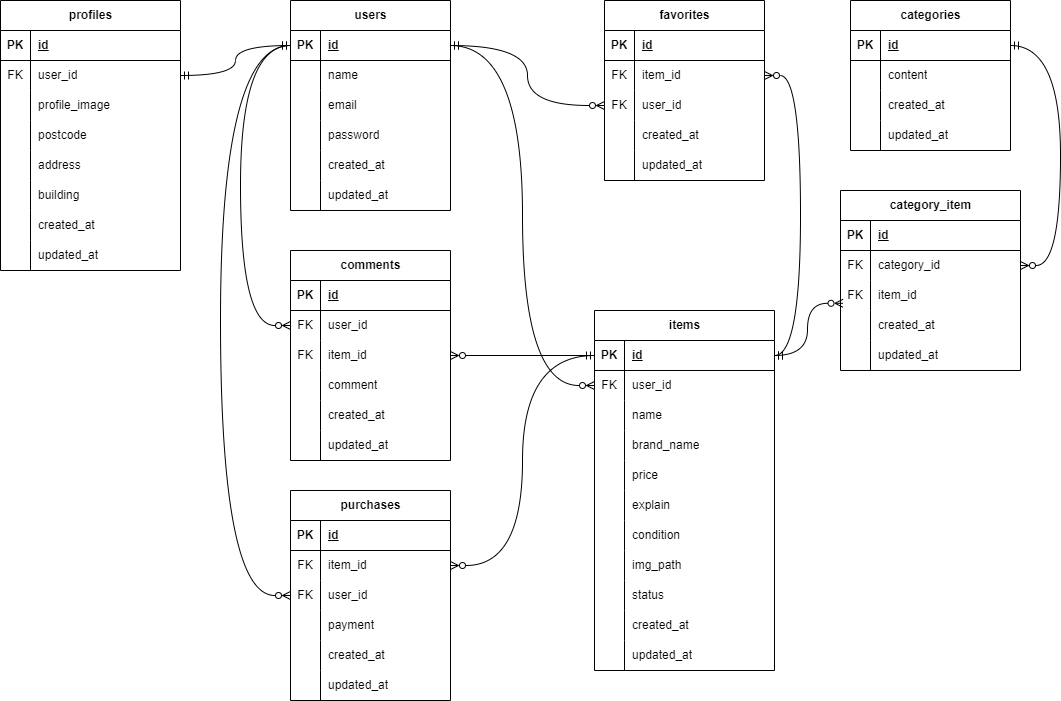
Earlier version of the draw.io export ER.png (torch29/matsumoto-mogikadai1). Source tidied: cells renumbered, new cells last; positions are measured from the earlier drawing's top-left corner, leaving out a move shared by most shapes.
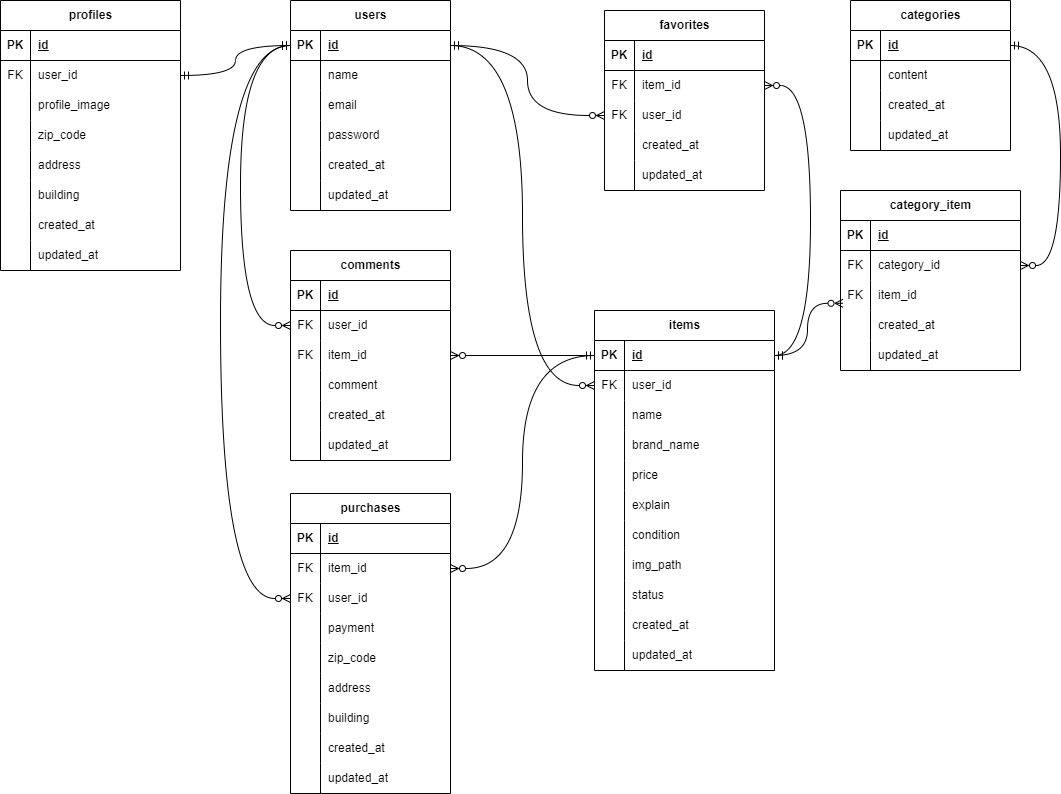
After the change.

What changed in the source:
```diff
@@ -95,7 +95,7 @@
     <mxCell id="32" style="shape=partialRectangle;fillColor=none;top=0;left=0;bottom=0;right=0;overflow=hidden;whiteSpace=wrap;html=1;" parent="31" vertex="1">
       <mxGeometry width="30" height="30" as="geometry" />
     </mxCell>
-    <mxCell id="33" value="postcode" style="shape=partialRectangle;fillColor=none;top=0;left=0;bottom=0;right=0;align=left;spacingLeft=6;overflow=hidden;whiteSpace=wrap;html=1;" parent="31" vertex="1">
+    <mxCell id="33" value="zip_code" style="shape=partialRectangle;fillColor=none;top=0;left=0;bottom=0;right=0;align=left;spacingLeft=6;overflow=hidden;whiteSpace=wrap;html=1;" parent="31" vertex="1">
       <mxGeometry x="30" width="150" height="30" as="geometry" />
     </mxCell>
     <mxCell id="34" style="shape=tableRow;horizontal=0;startSize=0;swimlaneHead=0;swimlaneBody=0;fillColor=none;top=0;left=0;right=0;bottom=0;" parent="21" vertex="1">
@@ -237,7 +237,7 @@
       <mxGeometry x="30" width="150" height="30" as="geometry" />
     </mxCell>
     <mxCell id="80" value="purchases" style="shape=table;startSize=30;rowLines=0;fontStyle=1;align=center;html=1;" parent="1" vertex="1">
-      <mxGeometry x="290" y="490" width="160" height="210" as="geometry" />
+      <mxGeometry x="290" y="493" width="160" height="300" as="geometry" />
     </mxCell>
     <mxCell id="81" style="shape=tableRow;horizontal=0;startSize=0;swimlaneHead=0;swimlaneBody=0;fillColor=none;top=0;left=0;right=0;bottom=1;" parent="80" vertex="1">
       <mxGeometry y="30" width="160" height="30" as="geometry" />
@@ -275,8 +275,35 @@
     <mxCell id="92" value="payment" style="shape=partialRectangle;fillColor=none;top=0;left=0;bottom=0;right=0;align=left;spacingLeft=6;overflow=hidden;whiteSpace=wrap;html=1;" parent="90" vertex="1">
       <mxGeometry x="30" width="130" height="30" as="geometry" />
     </mxCell>
+    <mxCell id="174" style="shape=tableRow;horizontal=0;startSize=0;swimlaneHead=0;swimlaneBody=0;fillColor=none;top=0;left=0;right=0;bottom=0;" parent="80" vertex="1">
+      <mxGeometry y="150" width="160" height="30" as="geometry" />
+    </mxCell>
+    <mxCell id="175" style="shape=partialRectangle;fillColor=none;top=0;left=0;bottom=0;right=0;overflow=hidden;whiteSpace=wrap;html=1;" parent="174" vertex="1">
+      <mxGeometry width="30" height="30" as="geometry" />
+    </mxCell>
+    <mxCell id="176" value="zip_code" style="shape=partialRectangle;fillColor=none;top=0;left=0;bottom=0;right=0;align=left;spacingLeft=6;overflow=hidden;whiteSpace=wrap;html=1;" parent="174" vertex="1">
+      <mxGeometry x="30" width="130" height="30" as="geometry" />
+    </mxCell>
+    <mxCell id="177" style="shape=tableRow;horizontal=0;startSize=0;swimlaneHead=0;swimlaneBody=0;fillColor=none;top=0;left=0;right=0;bottom=0;" parent="80" vertex="1">
+      <mxGeometry y="180" width="160" height="30" as="geometry" />
+    </mxCell>
+    <mxCell id="178" style="shape=partialRectangle;fillColor=none;top=0;left=0;bottom=0;right=0;overflow=hidden;whiteSpace=wrap;html=1;" parent="177" vertex="1">
+      <mxGeometry width="30" height="30" as="geometry" />
+    </mxCell>
+    <mxCell id="179" value="address" style="shape=partialRectangle;fillColor=none;top=0;left=0;bottom=0;right=0;align=left;spacingLeft=6;overflow=hidden;whiteSpace=wrap;html=1;" parent="177" vertex="1">
+      <mxGeometry x="30" width="130" height="30" as="geometry" />
+    </mxCell>
+    <mxCell id="180" style="shape=tableRow;horizontal=0;startSize=0;swimlaneHead=0;swimlaneBody=0;fillColor=none;top=0;left=0;right=0;bottom=0;" parent="80" vertex="1">
+      <mxGeometry y="210" width="160" height="30" as="geometry" />
+    </mxCell>
+    <mxCell id="181" style="shape=partialRectangle;fillColor=none;top=0;left=0;bottom=0;right=0;overflow=hidden;whiteSpace=wrap;html=1;" parent="180" vertex="1">
+      <mxGeometry width="30" height="30" as="geometry" />
+    </mxCell>
+    <mxCell id="182" value="building" style="shape=partialRectangle;fillColor=none;top=0;left=0;bottom=0;right=0;align=left;spacingLeft=6;overflow=hidden;whiteSpace=wrap;html=1;" parent="180" vertex="1">
+      <mxGeometry x="30" width="130" height="30" as="geometry" />
+    </mxCell>
     <mxCell id="93" style="shape=tableRow;horizontal=0;startSize=0;swimlaneHead=0;swimlaneBody=0;fillColor=none;top=0;left=0;right=0;bottom=0;" parent="80" vertex="1">
-      <mxGeometry y="150" width="160" height="30" as="geometry" />
+      <mxGeometry y="240" width="160" height="30" as="geometry" />
     </mxCell>
     <mxCell id="94" style="shape=partialRectangle;fillColor=none;top=0;left=0;bottom=0;right=0;overflow=hidden;whiteSpace=wrap;html=1;" parent="93" vertex="1">
       <mxGeometry width="30" height="30" as="geometry" />
@@ -285,7 +312,7 @@
       <mxGeometry x="30" width="130" height="30" as="geometry" />
     </mxCell>
     <mxCell id="96" style="shape=tableRow;horizontal=0;startSize=0;swimlaneHead=0;swimlaneBody=0;fillColor=none;top=0;left=0;right=0;bottom=0;" parent="80" vertex="1">
-      <mxGeometry y="180" width="160" height="30" as="geometry" />
+      <mxGeometry y="270" width="160" height="30" as="geometry" />
     </mxCell>
     <mxCell id="97" style="shape=partialRectangle;fillColor=none;top=0;left=0;bottom=0;right=0;overflow=hidden;whiteSpace=wrap;html=1;" parent="96" vertex="1">
       <mxGeometry width="30" height="30" as="geometry" />
@@ -336,7 +363,7 @@
       <mxGeometry relative="1" as="geometry" />
     </mxCell>
     <mxCell id="113" value="favorites" style="shape=table;startSize=30;rowLines=0;fontStyle=1;align=center;html=1;" parent="1" vertex="1">
-      <mxGeometry x="604" width="160" height="180" as="geometry" />
+      <mxGeometry x="604" y="10" width="160" height="180" as="geometry" />
     </mxCell>
     <mxCell id="114" style="shape=tableRow;horizontal=0;startSize=0;swimlaneHead=0;swimlaneBody=0;fillColor=none;points=[[0,0.5],[1,0.5]];portConstraint=eastwest;top=0;left=0;right=0;bottom=1;" parent="113" vertex="1">
       <mxGeometry y="30" width="160" height="30" as="geometry" />
@@ -509,35 +536,35 @@
     <mxCell id="168" style="edgeStyle=orthogonalEdgeStyle;html=1;exitX=0;exitY=0.5;exitDx=0;exitDy=0;entryX=1;entryY=0.5;entryDx=0;entryDy=0;curved=1;endArrow=ERzeroToMany;endFill=0;" parent="1" edge="1" source="47" target="84">
       <mxGeometry relative="1" as="geometry" />
     </mxCell>
-    <mxCell id="169" style="edgeStyle=orthogonalEdgeStyle;html=1;exitX=0;exitY=0.5;exitDx=0;exitDy=0;entryX=0;entryY=0.5;entryDx=0;entryDy=0;curved=1;endArrow=ERzeroToMany;endFill=0;" parent="1" edge="1" source="3" target="87">
-      <mxGeometry relative="1" as="geometry">
-        <Array as="points">
-          <mxPoint x="220" y="45" />
-          <mxPoint x="220" y="595" />
-        </Array>
-      </mxGeometry>
-    </mxCell>
     <mxCell id="170" style="edgeStyle=orthogonalEdgeStyle;html=1;exitX=0;exitY=0.5;exitDx=0;exitDy=0;entryX=1;entryY=0.5;entryDx=0;entryDy=0;curved=1;startArrow=ERmandOne;startFill=0;endArrow=ERmandOne;endFill=0;" parent="1" edge="1" source="3" target="25">
       <mxGeometry relative="1" as="geometry" />
     </mxCell>
     <mxCell id="171" style="edgeStyle=orthogonalEdgeStyle;html=1;exitX=1;exitY=0.5;exitDx=0;exitDy=0;entryX=0;entryY=0.5;entryDx=0;entryDy=0;curved=1;startArrow=ERmandOne;startFill=0;endArrow=ERzeroToMany;endFill=0;" parent="1" edge="1" source="3" target="120">
       <mxGeometry relative="1" as="geometry" />
     </mxCell>
+    <mxCell id="173" style="edgeStyle=orthogonalEdgeStyle;html=1;exitX=1;exitY=0.5;exitDx=0;exitDy=0;entryX=1;entryY=0.5;entryDx=0;entryDy=0;curved=1;startArrow=ERmandOne;startFill=0;endArrow=ERzeroToMany;endFill=0;" parent="1" edge="1" source="100" target="155">
+      <mxGeometry relative="1" as="geometry">
+        <Array as="points">
+          <mxPoint x="1060" y="45" />
+          <mxPoint x="1060" y="265" />
+        </Array>
+      </mxGeometry>
+    </mxCell>
-    <mxCell id="172" style="edgeStyle=orthogonalEdgeStyle;html=1;exitX=1;exitY=0.5;exitDx=0;exitDy=0;entryX=1;entryY=0.5;entryDx=0;entryDy=0;startArrow=ERmandOne;startFill=0;endArrow=ERzeroToMany;endFill=0;curved=1;" parent="1" edge="1" source="47" target="117">
+    <mxCell id="172" style="edgeStyle=orthogonalEdgeStyle;html=1;exitX=1;exitY=0.5;exitDx=0;exitDy=0;entryX=1;entryY=0.5;entryDx=0;entryDy=0;curved=1;endArrow=ERzeroToMany;endFill=0;startArrow=ERmandOne;startFill=0;" parent="1" edge="1" source="47" target="117">
       <mxGeometry relative="1" as="geometry">
         <Array as="points">
-          <mxPoint x="800" y="355" />
-          <mxPoint x="800" y="75" />
+          <mxPoint x="810" y="355" />
+          <mxPoint x="810" y="85" />
         </Array>
       </mxGeometry>
     </mxCell>
-    <mxCell id="173" style="edgeStyle=orthogonalEdgeStyle;html=1;exitX=1;exitY=0.5;exitDx=0;exitDy=0;entryX=1;entryY=0.5;entryDx=0;entryDy=0;curved=1;startArrow=ERmandOne;startFill=0;endArrow=ERzeroToMany;endFill=0;" parent="1" edge="1" source="100" target="155">
-      <mxGeometry relative="1" as="geometry">
-        <Array as="points">
-          <mxPoint x="1060" y="45" />
-          <mxPoint x="1060" y="265" />
-        </Array>
-      </mxGeometry>
-    </mxCell>
+    <mxCell id="169" style="edgeStyle=orthogonalEdgeStyle;html=1;exitX=0;exitY=0.5;exitDx=0;exitDy=0;entryX=0;entryY=0.5;entryDx=0;entryDy=0;curved=1;endArrow=ERzeroToMany;endFill=0;startArrow=ERmandOne;startFill=0;" parent="1" edge="1" source="3" target="87">
+      <mxGeometry relative="1" as="geometry">
+        <Array as="points">
+          <mxPoint x="220" y="45" />
+          <mxPoint x="220" y="598" />
+        </Array>
+      </mxGeometry>
+    </mxCell>
   </root>
 </mxGraphModel>
```
